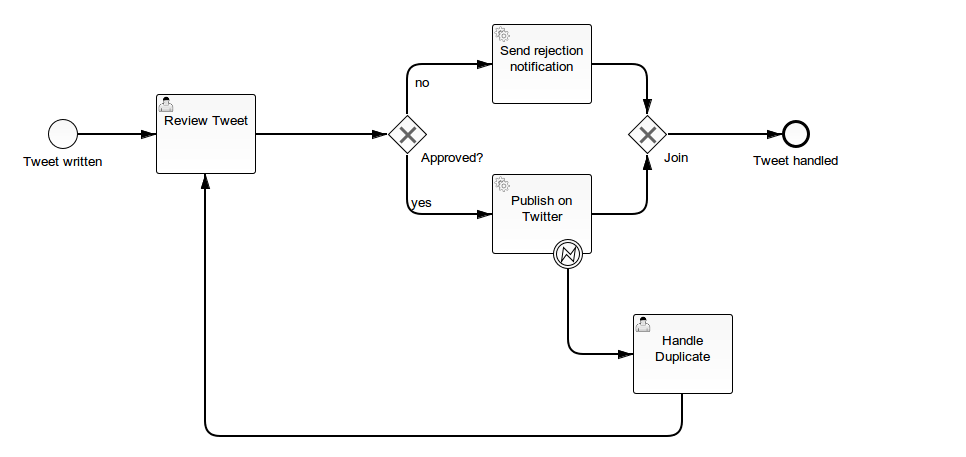
The BPMN diagram showcases/twitter/src/main/resources/TwitterDemoProcess.png in camunda-consulting/camunda-7-code-examples, before a commit. Its source is kept beside it as showcases/twitter/src/main/resources/TwitterDemoProcess.bpmn. Ids are renumbered.
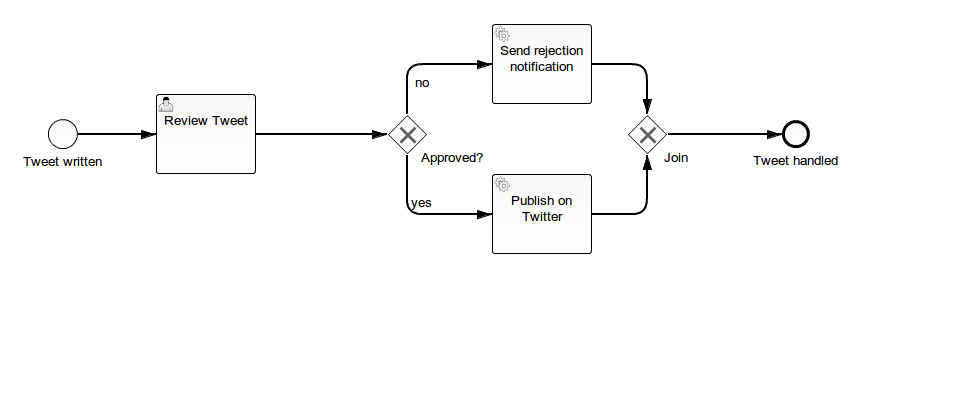
After the commit.

Commit message:
Switch to expression for process test coverage

The edit, as a diff of the source:
```diff
@@ -1,6 +1,6 @@
-<definitions xmlns:xsi="http://www.w3.org/2001/XMLSchema-instance" xmlns="http://www.omg.org/spec/BPMN/20100524/MODEL" xmlns:camunda="http://activiti.org/bpmn" xmlns:bpmndi="http://www.omg.org/spec/BPMN/20100524/DI" xmlns:omgdc="http://www.omg.org/spec/DD/20100524/DC" xmlns:omgdi="http://www.omg.org/spec/DD/20100524/DI" xsi:schemaLocation="http://www.omg.org/spec/BPMN/20100524/MODEL BPMN20.xsd" targetNamespace="http://www.signavio.com/bpmn20">
+<definitions xmlns:xsi="http://www.w3.org/2001/XMLSchema-instance" xmlns="http://www.omg.org/spec/BPMN/20100524/MODEL" xmlns:bpmndi="http://www.omg.org/spec/BPMN/20100524/DI" xmlns:camunda="http://activiti.org/bpmn" xmlns:omgdc="http://www.omg.org/spec/DD/20100524/DC" xmlns:omgdi="http://www.omg.org/spec/DD/20100524/DI" xsi:schemaLocation="http://www.omg.org/spec/BPMN/20100524/MODEL BPMN20.xsd" exporter="camunda modeler" exporterVersion="2.7.0" targetNamespace="http://www.signavio.com/bpmn20">
   <process id="TwitterDemoProcess" name="TwitterDemoProcess" isExecutable="true">
-    <serviceTask id="service_task_send_rejection_notification" camunda:class="org.camunda.bpm.example.twitter.RejectionNotificationDelegate" name="Send rejection notification">
+    <serviceTask id="service_task_send_rejection_notification" camunda:delegateExpression="${emailAdapter}" name="Send rejection notification">
       <incoming>no</incoming>
       <outgoing>SequenceFlow_4</outgoing>
     </serviceTask>
```
